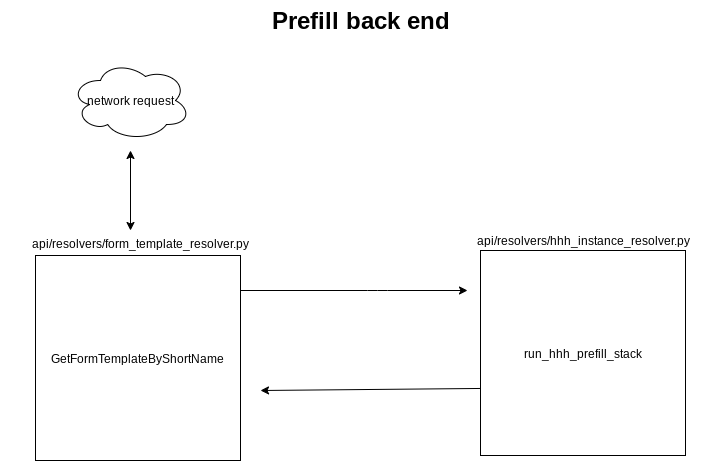
Earlier version of the draw.io export prefill-diagram.drawio.png (dman777/bar). Source tidied: cells renumbered, new cells last; positions are measured from the earlier drawing's top-left corner, leaving out a move shared by most shapes. Its diagram source:
```xml
<mxGraphModel>
  <root>
    <mxCell id="0" />
    <mxCell id="1" parent="0" />
    <mxCell id="2" value="Prefill back end" style="text;strokeColor=none;fillColor=none;html=1;fontSize=24;fontStyle=1;verticalAlign=middle;align=center;" parent="1" vertex="1">
      <mxGeometry x="220" width="280" height="40" as="geometry" />
    </mxCell>
    <mxCell id="3" value="network request" style="ellipse;shape=cloud;whiteSpace=wrap;html=1;" parent="1" vertex="1">
      <mxGeometry x="70" y="60" width="120" height="80" as="geometry" />
    </mxCell>
    <mxCell id="4" style="endArrow=classic;startArrow=classic;html=1;" parent="1" edge="1">
      <mxGeometry relative="1" as="geometry">
        <mxPoint x="130" y="230" as="sourcePoint" />
        <mxPoint x="130" y="150" as="targetPoint" />
      </mxGeometry>
    </mxCell>
    <mxCell id="5" value="GetFormTemplateByShortName" style="whiteSpace=wrap;html=1;" parent="1" vertex="1">
      <mxGeometry x="35" y="255" width="205" height="205" as="geometry" />
    </mxCell>
    <mxCell id="6" value="api/resolvers/form_template_resolver.py&lt;br&gt;" style="text;html=1;strokeColor=none;fillColor=none;align=center;verticalAlign=middle;whiteSpace=wrap;rounded=0;" parent="1" vertex="1">
      <mxGeometry y="230" width="280" height="25" as="geometry" />
    </mxCell>
    <mxCell id="7" value="run_hhh_prefill_stack" style="whiteSpace=wrap;html=1;" parent="1" vertex="1">
      <mxGeometry x="480" y="250" width="205" height="205" as="geometry" />
    </mxCell>
    <mxCell id="8" value="api/resolvers/hhh_instance_resolver.py" style="text;html=1;strokeColor=none;fillColor=none;align=center;verticalAlign=middle;whiteSpace=wrap;rounded=0;" parent="1" vertex="1">
      <mxGeometry x="452.5" y="230" width="260" height="20" as="geometry" />
    </mxCell>
    <mxCell id="9" style="endArrow=classic;html=1;" parent="1" edge="1">
      <mxGeometry relative="1" as="geometry">
        <mxPoint x="240" y="290" as="sourcePoint" />
        <mxPoint x="467" y="290" as="targetPoint" />
        <Array as="points">
          <mxPoint x="377" y="290" />
        </Array>
      </mxGeometry>
    </mxCell>
    <mxCell id="10" style="endArrow=classic;html=1;exitX=0;exitY=0.673;exitDx=0;exitDy=0;exitPerimeter=0;" parent="1" edge="1" source="7">
      <mxGeometry relative="1" as="geometry">
        <mxPoint x="260" y="390" as="targetPoint" />
      </mxGeometry>
    </mxCell>
  </root>
</mxGraphModel>
```
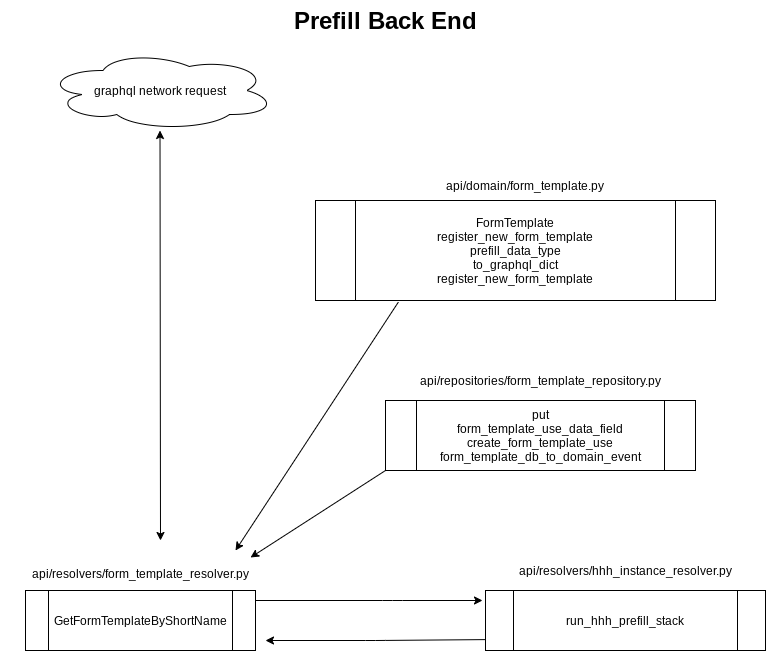
The same diagram one commit later.

Change to the diagram source:
```diff
@@ -2,43 +2,67 @@
   <root>
     <mxCell id="0" />
     <mxCell id="1" parent="0" />
-    <mxCell id="2" value="Prefill back end" style="text;strokeColor=none;fillColor=none;html=1;fontSize=24;fontStyle=1;verticalAlign=middle;align=center;" parent="1" vertex="1">
+    <mxCell id="2" value="Prefill Back End" style="text;strokeColor=none;fillColor=none;html=1;fontSize=24;fontStyle=1;verticalAlign=middle;align=center;" parent="1" vertex="1">
       <mxGeometry x="220" width="280" height="40" as="geometry" />
     </mxCell>
-    <mxCell id="3" value="network request" style="ellipse;shape=cloud;whiteSpace=wrap;html=1;" parent="1" vertex="1">
-      <mxGeometry x="70" y="60" width="120" height="80" as="geometry" />
+    <mxCell id="3" value="graphql network request" style="ellipse;shape=cloud;whiteSpace=wrap;html=1;" parent="1" vertex="1">
+      <mxGeometry x="20" y="50" width="230" height="80" as="geometry" />
     </mxCell>
     <mxCell id="4" style="endArrow=classic;startArrow=classic;html=1;" parent="1" edge="1">
       <mxGeometry relative="1" as="geometry">
-        <mxPoint x="130" y="230" as="sourcePoint" />
-        <mxPoint x="130" y="150" as="targetPoint" />
+        <mxPoint x="135" y="540" as="sourcePoint" />
+        <mxPoint x="134.5" y="130" as="targetPoint" />
       </mxGeometry>
     </mxCell>
-    <mxCell id="5" value="GetFormTemplateByShortName" style="whiteSpace=wrap;html=1;" parent="1" vertex="1">
-      <mxGeometry x="35" y="255" width="205" height="205" as="geometry" />
-    </mxCell>
     <mxCell id="6" value="api/resolvers/form_template_resolver.py&lt;br&gt;" style="text;html=1;strokeColor=none;fillColor=none;align=center;verticalAlign=middle;whiteSpace=wrap;rounded=0;" parent="1" vertex="1">
-      <mxGeometry y="230" width="280" height="25" as="geometry" />
+      <mxGeometry x="-25" y="560" width="280" height="25" as="geometry" />
     </mxCell>
-    <mxCell id="7" value="run_hhh_prefill_stack" style="whiteSpace=wrap;html=1;" parent="1" vertex="1">
-      <mxGeometry x="480" y="250" width="205" height="205" as="geometry" />
-    </mxCell>
     <mxCell id="8" value="api/resolvers/hhh_instance_resolver.py" style="text;html=1;strokeColor=none;fillColor=none;align=center;verticalAlign=middle;whiteSpace=wrap;rounded=0;" parent="1" vertex="1">
-      <mxGeometry x="452.5" y="230" width="260" height="20" as="geometry" />
+      <mxGeometry x="470" y="560" width="260" height="20" as="geometry" />
     </mxCell>
     <mxCell id="9" style="endArrow=classic;html=1;" parent="1" edge="1">
       <mxGeometry relative="1" as="geometry">
-        <mxPoint x="240" y="290" as="sourcePoint" />
-        <mxPoint x="467" y="290" as="targetPoint" />
+        <mxPoint x="230" y="600" as="sourcePoint" />
+        <mxPoint x="457" y="600" as="targetPoint" />
         <Array as="points">
-          <mxPoint x="377" y="290" />
+          <mxPoint x="367" y="600" />
         </Array>
       </mxGeometry>
     </mxCell>
-    <mxCell id="10" style="endArrow=classic;html=1;exitX=0;exitY=0.673;exitDx=0;exitDy=0;exitPerimeter=0;" parent="1" edge="1" source="7">
-      <mxGeometry relative="1" as="geometry">
-        <mxPoint x="260" y="390" as="targetPoint" />
-      </mxGeometry>
-    </mxCell>
+    <mxCell id="5" value="&lt;span&gt;GetFormTemplateByShortName&lt;/span&gt;" style="shape=process;whiteSpace=wrap;html=1;backgroundOutline=1;" parent="1" vertex="1">
+      <mxGeometry y="590" width="230" height="60" as="geometry" />
+    </mxCell>
+    <mxCell id="11" style="endArrow=classic;html=1;exitX=-0.01;exitY=0.288;exitDx=0;exitDy=0;exitPerimeter=0;" parent="1" edge="1">
+      <mxGeometry relative="1" as="geometry">
+        <mxPoint x="468" y="639" as="sourcePoint" />
+        <mxPoint x="240" y="640" as="targetPoint" />
+        <Array as="points">
+          <mxPoint x="350" y="640" />
+        </Array>
+      </mxGeometry>
+    </mxCell>
+    <mxCell id="7" value="&lt;span&gt;run_hhh_prefill_stack&lt;/span&gt;" style="shape=process;whiteSpace=wrap;html=1;backgroundOutline=1;" parent="1" vertex="1">
+      <mxGeometry x="460" y="590" width="280" height="60" as="geometry" />
+    </mxCell>
+    <mxCell id="12" value="FormTemplate&lt;br&gt;register_new_form_template&lt;br&gt;prefill_data_type&lt;br&gt;to_graphql_dict&lt;br&gt;register_new_form_template" style="shape=process;whiteSpace=wrap;html=1;backgroundOutline=1;" parent="1" vertex="1">
+      <mxGeometry x="290" y="200" width="400" height="100" as="geometry" />
+    </mxCell>
+    <mxCell id="13" style="endArrow=classic;html=1;exitX=0.207;exitY=1.017;exitDx=0;exitDy=0;exitPerimeter=0;" parent="1" edge="1" source="12">
+      <mxGeometry relative="1" as="geometry">
+        <mxPoint x="210" y="550" as="targetPoint" />
+      </mxGeometry>
+    </mxCell>
+    <mxCell id="14" value="put&lt;br&gt;form_template_use_data_field&lt;br&gt;create_form_template_use&lt;br&gt;form_template_db_to_domain_event" style="shape=process;whiteSpace=wrap;html=1;backgroundOutline=1;" parent="1" vertex="1">
+      <mxGeometry x="360" y="400" width="310" height="70" as="geometry" />
+    </mxCell>
+    <mxCell id="15" value="api/domain/form_template.py" style="text;html=1;strokeColor=none;fillColor=none;align=center;verticalAlign=middle;whiteSpace=wrap;rounded=0;" parent="1" vertex="1">
+      <mxGeometry x="410" y="180" width="180" height="10" as="geometry" />
+    </mxCell>
+    <mxCell id="16" value="api/repositories/form_template_repository.py&lt;br&gt;" style="text;html=1;strokeColor=none;fillColor=none;align=center;verticalAlign=middle;whiteSpace=wrap;rounded=0;" parent="1" vertex="1">
+      <mxGeometry x="390" y="370" width="250" height="20" as="geometry" />
+    </mxCell>
+    <mxCell id="17" style="endArrow=classic;html=1;exitX=0;exitY=1;exitDx=0;exitDy=0;entryX=0.893;entryY=-0.12;entryDx=0;entryDy=0;entryPerimeter=0;" parent="1" edge="1" source="14" target="6">
+      <mxGeometry relative="1" as="geometry" />
+    </mxCell>
   </root>
 </mxGraphModel>
```
